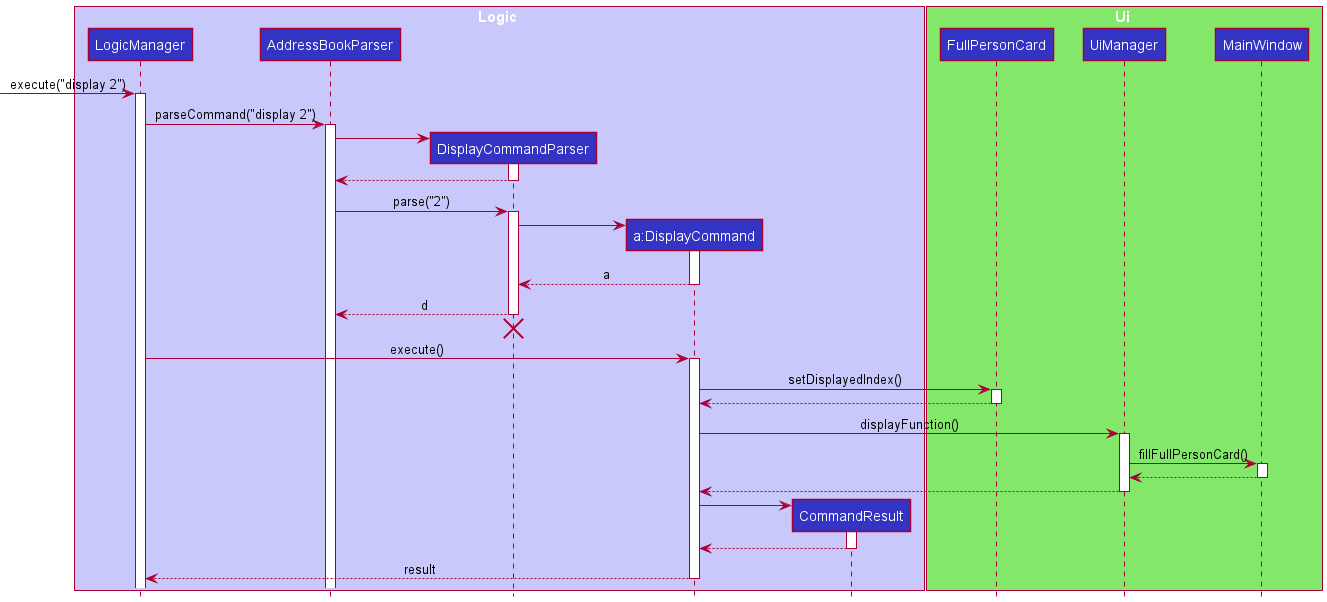
Above: docs/images/DisplaySequenceDiagram.png in pranav-ganesh/tp (PlantUML), before the change. Its diagram source:
```plantuml
@startuml
!include style.puml

box Logic LOGIC_COLOR_T1
participant LogicManager LOGIC_COLOR
participant AddressBookParser LOGIC_COLOR
participant DisplayCommandParser LOGIC_COLOR
participant "a:DisplayCommand" as DisplayCommand LOGIC_COLOR
participant CommandResult LOGIC_COLOR
end box

box Ui UI_COLOR_T1
participant FullPersonCard LOGIC_COLOR
participant UiManager LOGIC_COLOR
participant MainWindow LOGIC_COLOR
end box

-> LogicManager : execute("display 2")
activate LogicManager

LogicManager -> AddressBookParser : parseCommand("display 2")
activate AddressBookParser

create DisplayCommandParser
AddressBookParser -> DisplayCommandParser
activate DisplayCommandParser
return

AddressBookParser -> DisplayCommandParser : parse("2")
activate DisplayCommandParser

create DisplayCommand
DisplayCommandParser -> DisplayCommand
activate DisplayCommand

return a

DisplayCommandParser --> AddressBookParser : d
deactivate DisplayCommandParser
DisplayCommandParser -[hidden]-> AddressBookParser
destroy DisplayCommandParser

LogicManager -> DisplayCommand : execute()
activate DisplayCommand

DisplayCommand -> FullPersonCard : setDisplayedIndex()
activate FullPersonCard
return

DisplayCommand -> UiManager : displayFunction()
activate UiManager
UiManager -> MainWindow : fillFullPersonCard()
activate MainWindow
return
return

create CommandResult
DisplayCommand -> CommandResult
activate CommandResult
return

return result
@enduml
```
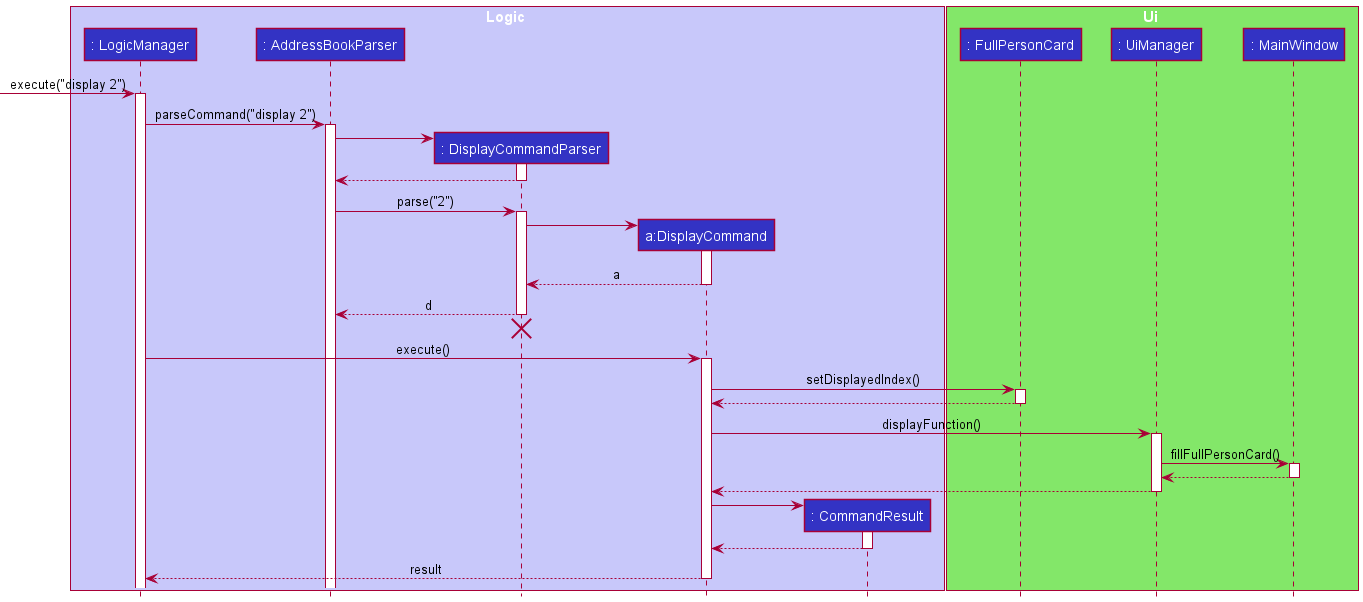
The same file after the commit.

Commit message:
Fix sequence diagrams for DG

The edit, as a diff of the source:
```diff
@@ -2,17 +2,17 @@
 !include style.puml
 
 box Logic LOGIC_COLOR_T1
-participant LogicManager LOGIC_COLOR
-participant AddressBookParser LOGIC_COLOR
-participant DisplayCommandParser LOGIC_COLOR
+participant ": LogicManager" as LogicManager LOGIC_COLOR
+participant ": AddressBookParser" as AddressBookParser LOGIC_COLOR
+participant ": DisplayCommandParser" as DisplayCommandParser LOGIC_COLOR
 participant "a:DisplayCommand" as DisplayCommand LOGIC_COLOR
-participant CommandResult LOGIC_COLOR
+participant ": CommandResult" as CommandResult LOGIC_COLOR
 end box
 
 box Ui UI_COLOR_T1
-participant FullPersonCard LOGIC_COLOR
-participant UiManager LOGIC_COLOR
-participant MainWindow LOGIC_COLOR
+participant ": FullPersonCard" as FullPersonCard LOGIC_COLOR
+participant ": UiManager" as UiManager LOGIC_COLOR
+participant ": MainWindow" as MainWindow LOGIC_COLOR
 end box
 
 -> LogicManager : execute("display 2")
```
